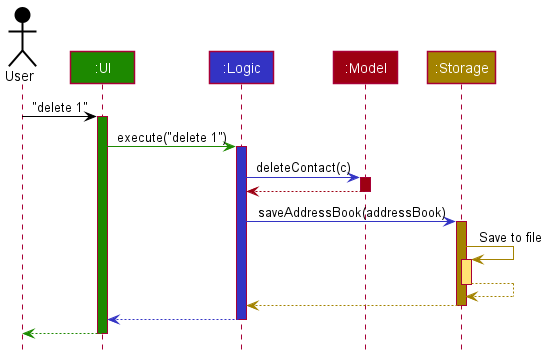
Earlier version of the PlantUML export docs/images/ArchitectureSequenceDiagram.png (nus-cs2103-AY2021S2/tp).
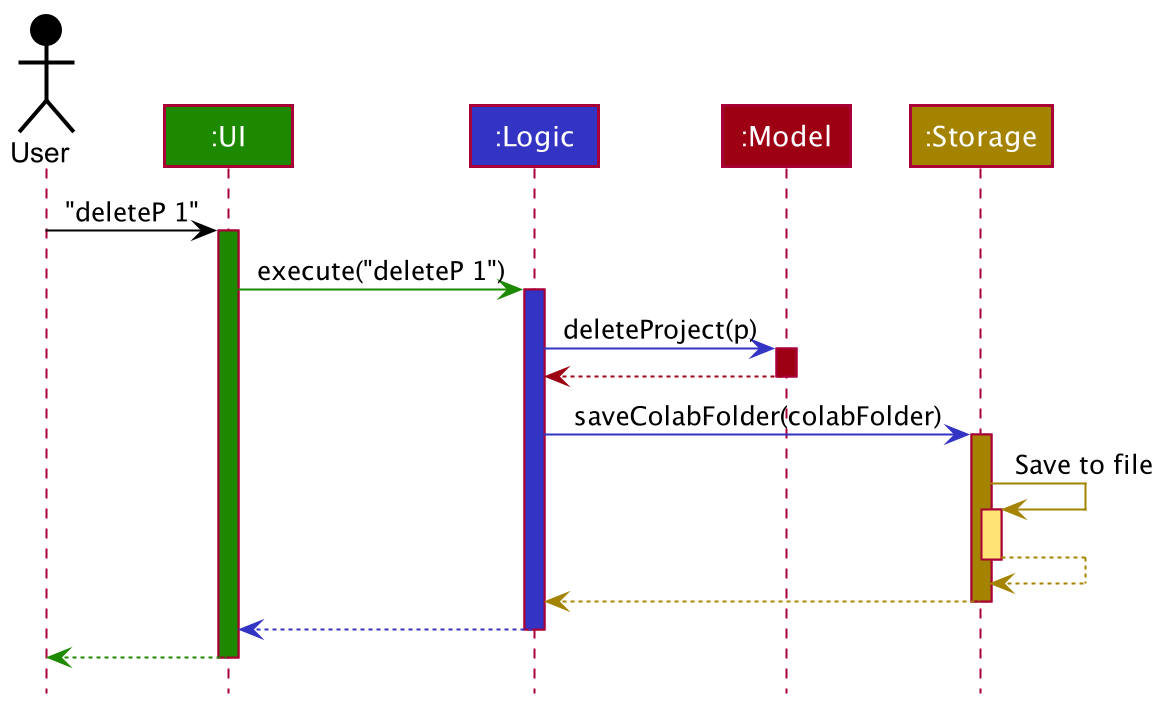
The same file after the commit.

Commit message:
Update architecture section of DG

The edit, as a diff of the source:
```diff
@@ -7,19 +7,19 @@
 Participant ":Model" as model MODEL_COLOR
 Participant ":Storage" as storage STORAGE_COLOR
 
-user -[USER_COLOR]> ui : "delete 1"
+user -[USER_COLOR]> ui : "deleteP 1"
 activate ui UI_COLOR
 
-ui -[UI_COLOR]> logic : execute("delete 1")
+ui -[UI_COLOR]> logic : execute("deleteP 1")
 activate logic LOGIC_COLOR
 
-logic -[LOGIC_COLOR]> model : deleteContact(c)
+logic -[LOGIC_COLOR]> model : deleteProject(p)
 activate model MODEL_COLOR
 
 model -[MODEL_COLOR]-> logic
 deactivate model
 
-logic -[LOGIC_COLOR]> storage : saveAddressBook(addressBook)
+logic -[LOGIC_COLOR]> storage : saveColabFolder(colabFolder)
 activate storage STORAGE_COLOR
 
 storage -[STORAGE_COLOR]> storage : Save to file
```
